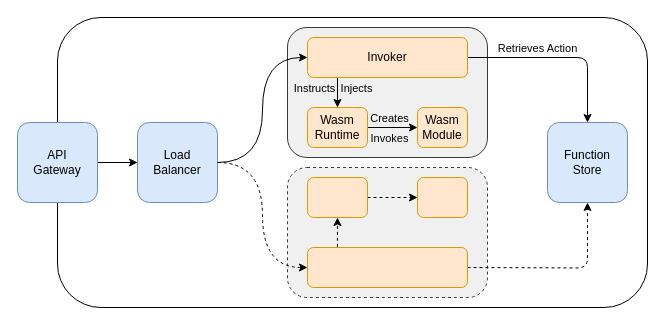
Before: figures/drawio/WasmOpenWhiskActionInvocationFlow.drawio in PhilippGackstatter/diploma-thesis, a draw.io diagram. Source tidied: cells renumbered, new cells numbered last; positions are measured from the earlier drawing's top-left corner, leaving out a move shared by most shapes. Both pictures are drawn from the tidied source at 100%, with x=0, y=0 at pixel (17, 17).
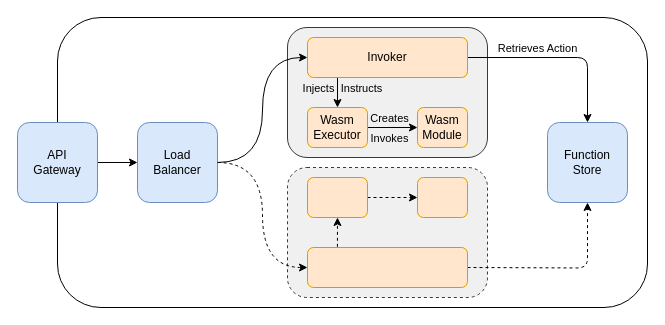
The same diagram, later.

Commit message (it also covers changes not shown here):
design: Replace runtime with executor & slight imp

Change to the diagram source:
```diff
@@
-    <mxCell id="14" value="&lt;div style=&quot;font-family: &amp;#34;linux biolinum o&amp;#34;&quot;&gt;Wasm Runtime&lt;/div&gt;" style="rounded=1;whiteSpace=wrap;html=1;fillColor=#ffe6cc;strokeColor=#d79b00;" parent="1" vertex="1">
+    <mxCell id="14" value="&lt;div style=&quot;font-family: &amp;#34;linux biolinum o&amp;#34;&quot;&gt;Wasm Executor&lt;/div&gt;" style="rounded=1;whiteSpace=wrap;html=1;fillColor=#ffe6cc;strokeColor=#d79b00;" parent="1" vertex="1">
       <mxGeometry x="290" y="90" width="60" height="40" as="geometry" />
     </mxCell>
@@
-    <mxCell id="18" value="Instructs" style="edgeLabel;html=1;align=center;verticalAlign=middle;fontFamily=Linux Biolinum O;labelBackgroundColor=none;spacingTop=1;spacing=0;spacingRight=7;spacingLeft=0;" parent="1" vertex="1">
-      <mxGeometry x="300" y="70" as="geometry" />
+    <mxCell id="18" value="Instructs" style="edgeLabel;html=1;align=center;verticalAlign=middle;fontFamily=Linux Biolinum O;labelBackgroundColor=none;spacingTop=1;spacing=0;spacingRight=7;spacingLeft=-6;" parent="1" vertex="1">
+      <mxGeometry x="350" y="70" as="geometry" />
     </mxCell>
@@
-    <mxCell id="22" value="Injects" style="edgeLabel;html=1;align=center;verticalAlign=middle;fontFamily=Linux Biolinum O;labelBackgroundColor=none;spacingTop=1;spacing=0;spacingRight=4;" parent="1" vertex="1">
-      <mxGeometry x="340" y="70" as="geometry" />
+    <mxCell id="22" value="Injects" style="edgeLabel;html=1;align=center;verticalAlign=middle;fontFamily=Linux Biolinum O;labelBackgroundColor=none;spacingTop=1;spacing=0;spacingRight=0;" parent="1" vertex="1">
+      <mxGeometry x="300" y="70" as="geometry" />
     </mxCell>
```
